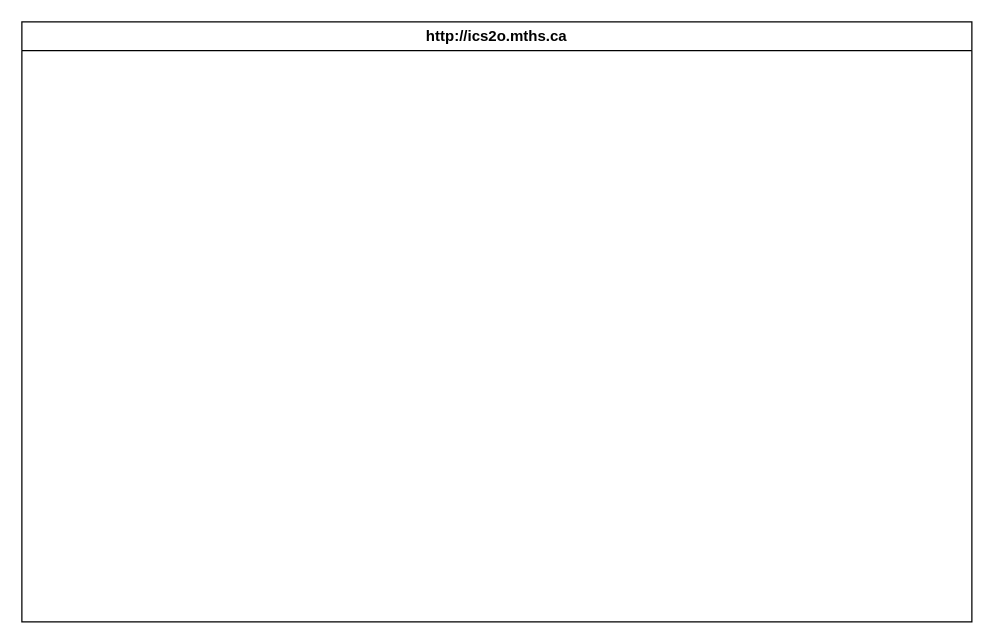
This is design/storyboard.drawio from MTHS-ICS2O-2-2022/ICS2O-Unit-6-02-Yuri-Gabutero24, a draw.io file, before an edit. Source tidied: cells renumbered, new cells numbered last; positions are measured from the earlier drawing's top-left corner, leaving out a move shared by most shapes. Both pictures are drawn from the tidied source at 125%, with x=0, y=0 at pixel (21, 21).
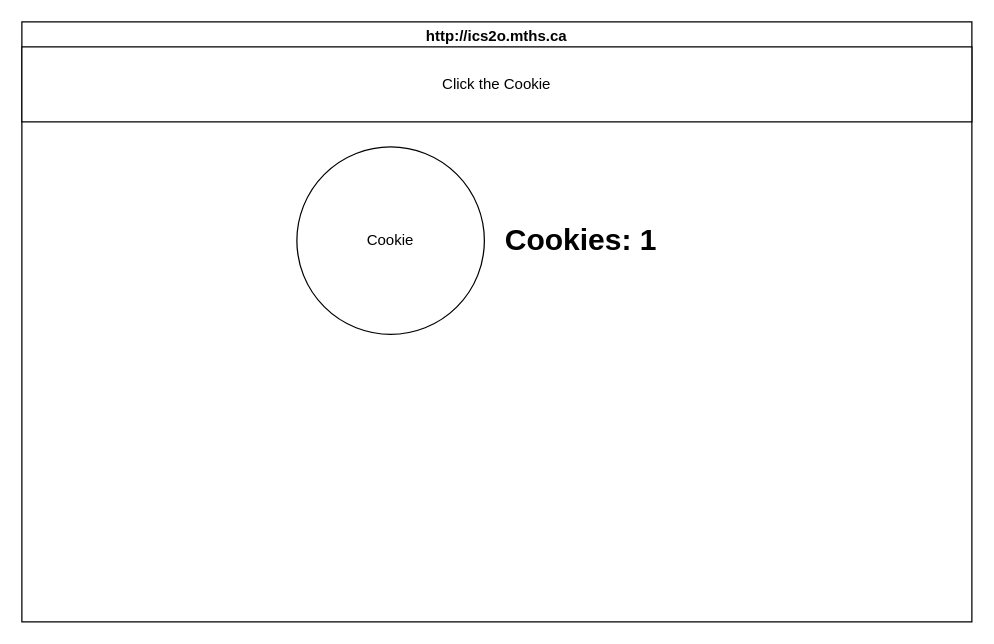
After the change.

What changed in the source:
```diff
@@
 <mxGraphModel>
   <root>
     <mxCell id="0" />
     <mxCell id="1" parent="0" />
     <mxCell id="2" value="http://ics2o.mths.ca" style="swimlane;whiteSpace=wrap;html=1;" parent="1" vertex="1">
       <mxGeometry width="760" height="480" as="geometry" />
     </mxCell>
+    <mxCell id="3" value="Cookie" style="ellipse;whiteSpace=wrap;html=1;" parent="2" vertex="1">
+      <mxGeometry x="220" y="100" width="150" height="150" as="geometry" />
+    </mxCell>
+    <mxCell id="4" value="Click the Cookie" style="rounded=0;whiteSpace=wrap;html=1;" parent="2" vertex="1">
+      <mxGeometry y="20" width="760" height="60" as="geometry" />
+    </mxCell>
+    <mxCell id="5" value="&lt;b&gt;&lt;font style=&quot;font-size: 24px;&quot;&gt;Cookies: 1&lt;/font&gt;&lt;/b&gt;" style="text;html=1;strokeColor=none;fillColor=none;align=center;verticalAlign=middle;whiteSpace=wrap;rounded=0;" parent="2" vertex="1">
+      <mxGeometry x="380" y="150" width="135" height="50" as="geometry" />
+    </mxCell>
   </root>
 </mxGraphModel>
```
